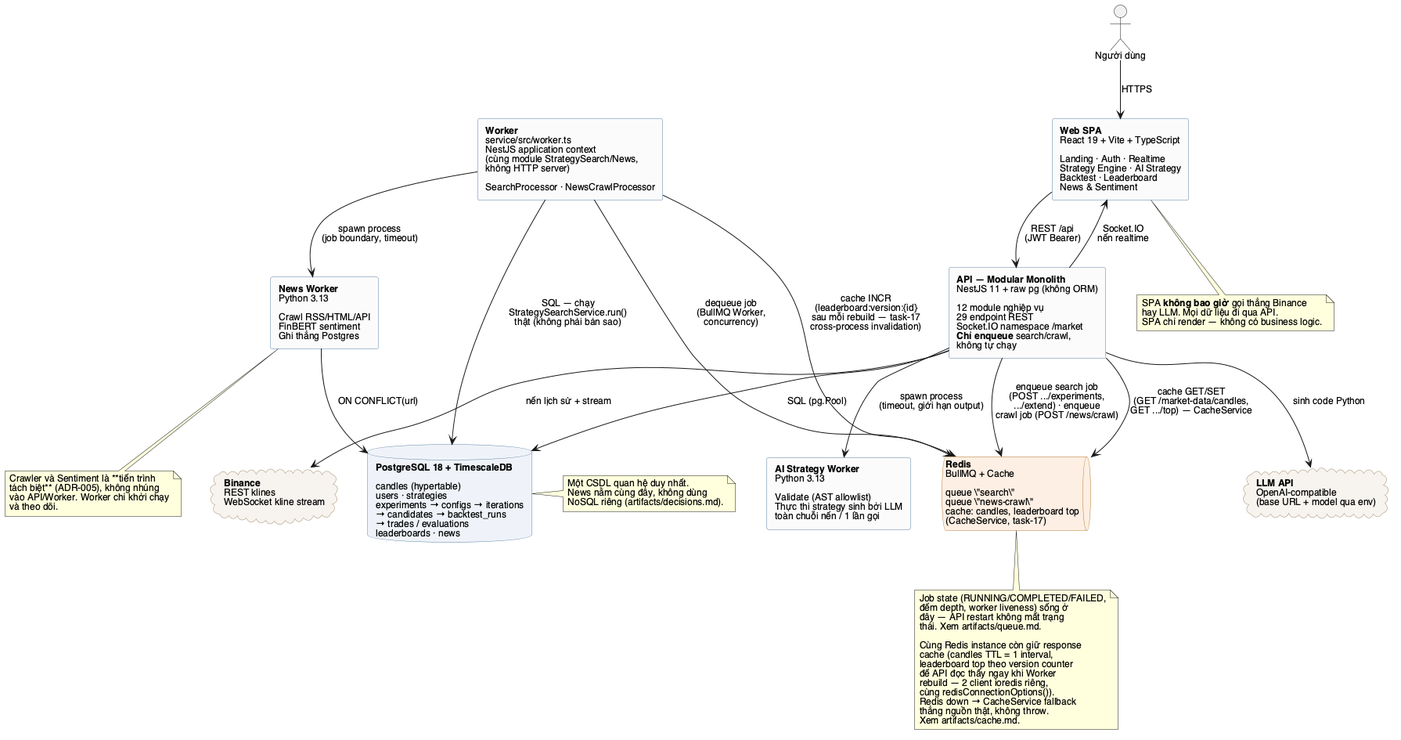
Above: artifacts/crypto-strategy-lab-container.png in huynhgiaau27112005/crypto-strategy-lab (PlantUML), before the change.
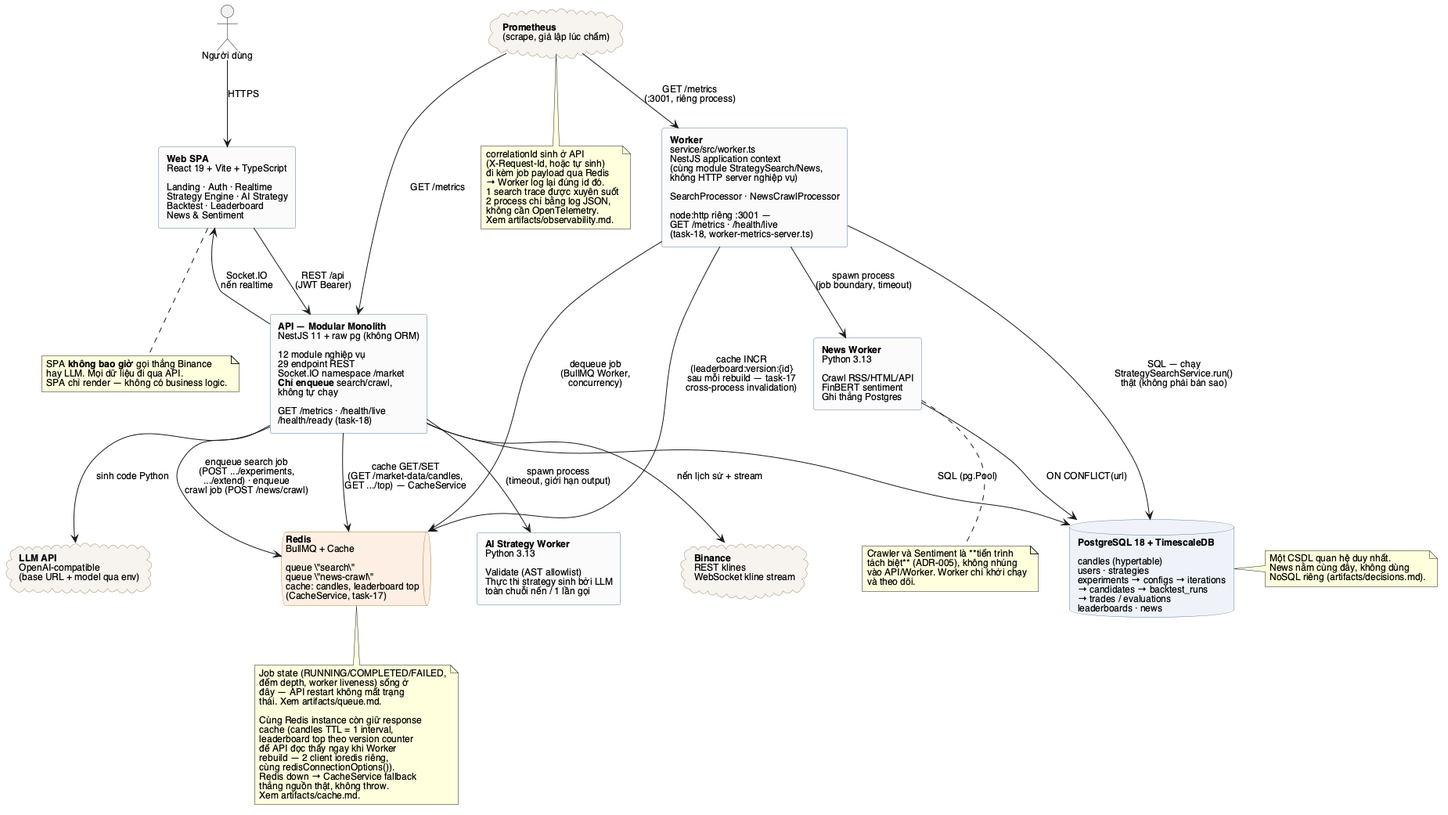
The same diagram one commit later.

What changed in the source:
```diff
@@ -27,11 +27,11 @@
 
 rectangle "**Web SPA**\nReact 19 + Vite + TypeScript\n\nLanding · Auth · Realtime\nStrategy Engine · AI Strategy\nBacktest · Leaderboard\nNews & Sentiment" as SPA
 
-rectangle "**API — Modular Monolith**\nNestJS 11 + raw pg (không ORM)\n\n12 module nghiệp vụ\n29 endpoint REST\nSocket.IO namespace /market\n**Chỉ enqueue** search/crawl,\nkhông tự chạy" as API
+rectangle "**API — Modular Monolith**\nNestJS 11 + raw pg (không ORM)\n\n12 module nghiệp vụ\n29 endpoint REST\nSocket.IO namespace /market\n**Chỉ enqueue** search/crawl,\nkhông tự chạy\n\nGET /metrics · /health/live\n/health/ready (task-18)" as API
 
 queue "**Redis**\nBullMQ + Cache\n\nqueue \"search\"\nqueue \"news-crawl\"\ncache: candles, leaderboard top\n(CacheService, task-17)" as REDIS
 
-rectangle "**Worker**\nservice/src/worker.ts\nNestJS application context\n(cùng module StrategySearch/News,\nkhông HTTP server)\n\nSearchProcessor · NewsCrawlProcessor" as WORKER
+rectangle "**Worker**\nservice/src/worker.ts\nNestJS application context\n(cùng module StrategySearch/News,\nkhông HTTP server nghiệp vụ)\n\nSearchProcessor · NewsCrawlProcessor\n\nnode:http riêng :3001 —\nGET /metrics · /health/live\n(task-18, worker-metrics-server.ts)" as WORKER
 
 rectangle "**News Worker**\nPython 3.13\n\nCrawl RSS/HTML/API\nFinBERT sentiment\nGhi thẳng Postgres" as W_NEWS
 
@@ -41,6 +41,7 @@
 
 cloud "**Binance**\nREST klines\nWebSocket kline stream" as BINANCE
 cloud "**LLM API**\nOpenAI-compatible\n(base URL + model qua env)" as LLM
+cloud "**Prometheus**\n(scrape, giả lập lúc chấm)" as PROM
 
 USER --> SPA : HTTPS
 
@@ -62,6 +63,9 @@
 W_NEWS --> PG : ON CONFLICT(url)
 W_NEWS --> BINANCE #line:transparent
 W_NEWS -[hidden]-> W_AI
+
+PROM --> API : GET /metrics
+PROM --> WORKER : GET /metrics\n(:3001, riêng process)
 
 note bottom of SPA
   SPA **không bao giờ** gọi thẳng Binance
@@ -99,4 +103,15 @@
   NoSQL riêng (artifacts/decisions.md).
 end note
 
+note bottom of PROM
+  correlationId sinh ở API
+  (X-Request-Id, hoặc tự sinh)
+  đi kèm job payload qua Redis
+  → Worker log lại đúng id đó.
+  1 search trace được xuyên suốt
+  2 process chỉ bằng log JSON,
+  không cần OpenTelemetry.
+  Xem artifacts/observability.md.
+end note
+
 @enduml
```
